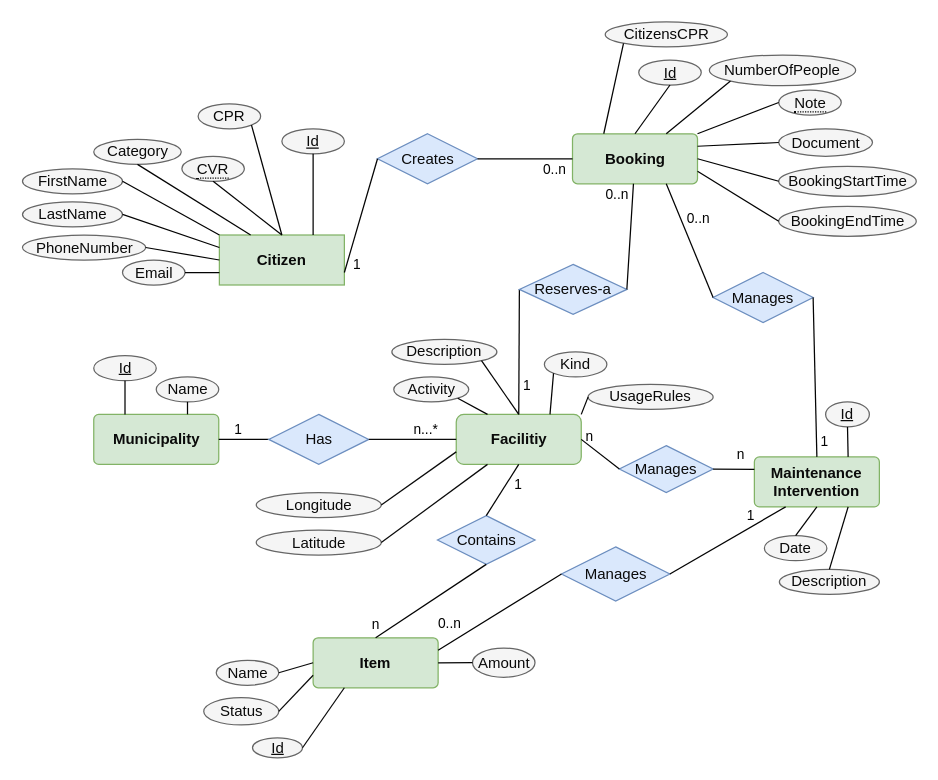
This is Handin2/diagrams/v2/result-v2.drawio from MartinStokholm/DABExercises, a draw.io file, before an edit. Source tidied: cells renumbered, new cells numbered last; positions are measured from the earlier drawing's top-left corner, leaving out a move shared by most shapes. Both pictures are drawn from the tidied source at 125%, with x=0, y=0 at pixel (21, 21).
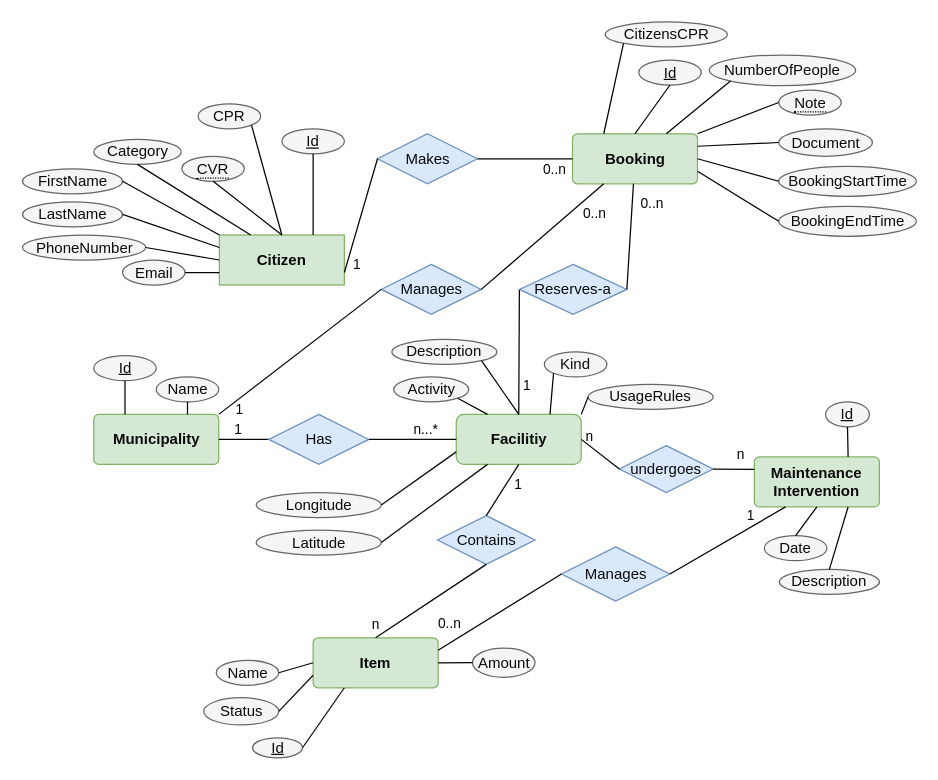
The same page after the edit.

Commit message (it also covers changes not shown here):
updated diagrams and added stuff for handin

The change refers to these unchanged cells:
```xml
<mxCell id="20" value="Booking" style="rounded=1;arcSize=10;whiteSpace=wrap;html=1;align=center;fontStyle=1;fillColor=#d5e8d4;strokeColor=#82b366;fontColor=#0A0A0A;" parent="1" vertex="1">
  <mxGeometry x="440.5" y="89.5" width="100" height="40" as="geometry" />
</mxCell>
<mxCell id="23" value="Maintenance Intervention" style="rounded=1;arcSize=10;whiteSpace=wrap;html=1;align=center;fontStyle=1;fillColor=#d5e8d4;strokeColor=#82b366;fontColor=#0A0A0A;" parent="1" vertex="1">
  <mxGeometry x="586" y="348" width="100" height="40" as="geometry" />
</mxCell>
<mxCell id="59" value="Municipality" style="rounded=1;arcSize=10;whiteSpace=wrap;html=1;align=center;fontStyle=1;fillColor=#d5e8d4;strokeColor=#82b366;fontColor=#0A0A0A;" parent="1" vertex="1">
  <mxGeometry x="57.5" y="314" width="100" height="40" as="geometry" />
</mxCell>
```

What changed in the source:
```diff
@@
-    <mxCell id="17" value="Creates" style="shape=rhombus;perimeter=rhombusPerimeter;whiteSpace=wrap;html=1;align=center;fillColor=#dae8fc;strokeColor=#6c8ebf;fontStyle=0;fontColor=#0A0A0A;" parent="1" vertex="1">
+    <mxCell id="17" value="Makes" style="shape=rhombus;perimeter=rhombusPerimeter;whiteSpace=wrap;html=1;align=center;fillColor=#dae8fc;strokeColor=#6c8ebf;fontStyle=0;fontColor=#0A0A0A;" parent="1" vertex="1">
       <mxGeometry x="284.5" y="89.5" width="80" height="40" as="geometry" />
     </mxCell>
@@
-    <mxCell id="54" value="Manages" style="shape=rhombus;perimeter=rhombusPerimeter;whiteSpace=wrap;html=1;align=center;fillColor=#dae8fc;strokeColor=#6c8ebf;fontColor=#0A0A0A;" parent="1" vertex="1">
+    <mxCell id="54" value="undergoes" style="shape=rhombus;perimeter=rhombusPerimeter;whiteSpace=wrap;html=1;align=center;fillColor=#dae8fc;strokeColor=#6c8ebf;fontColor=#0A0A0A;" parent="1" vertex="1">
       <mxGeometry x="478" y="339" width="75" height="37.5" as="geometry" />
     </mxCell>
@@
     <mxCell id="86" value="Manages" style="shape=rhombus;perimeter=rhombusPerimeter;whiteSpace=wrap;html=1;align=center;fillColor=#dae8fc;strokeColor=#6c8ebf;fontStyle=0;fontColor=#0A0A0A;" parent="1" vertex="1">
-      <mxGeometry x="553" y="200.5" width="80" height="40" as="geometry" />
+      <mxGeometry x="287.5" y="194" width="80" height="40" as="geometry" />
     </mxCell>
@@
-    <mxCell id="91" style="endArrow=none;html=1;rounded=0;entryX=1;entryY=0.5;entryDx=0;entryDy=0;exitX=0.5;exitY=0;exitDx=0;exitDy=0;fontColor=#0A0A0A;strokeColor=#030303;" parent="1" edge="1" source="23" target="86">
+    <mxCell id="91" style="endArrow=none;html=1;rounded=0;entryX=0;entryY=0.5;entryDx=0;entryDy=0;exitX=1;exitY=0;exitDx=0;exitDy=0;fontColor=#0A0A0A;strokeColor=#030303;" parent="1" edge="1" source="59" target="86">
       <mxGeometry relative="1" as="geometry" />
     </mxCell>
@@
-    <mxCell id="93" style="endArrow=none;html=1;rounded=0;entryX=0.75;entryY=1;entryDx=0;entryDy=0;exitX=0;exitY=0.5;exitDx=0;exitDy=0;fontColor=#0A0A0A;strokeColor=#030303;" parent="1" edge="1" source="86" target="20">
+    <mxCell id="93" style="endArrow=none;html=1;rounded=0;entryX=0.25;entryY=1;entryDx=0;entryDy=0;exitX=1;exitY=0.5;exitDx=0;exitDy=0;fontColor=#0A0A0A;strokeColor=#030303;" parent="1" edge="1" source="86" target="20">
       <mxGeometry relative="1" as="geometry" />
     </mxCell>
     <mxCell id="94" value="0..n" style="edgeLabel;html=1;align=center;verticalAlign=middle;fontColor=#030303;labelBackgroundColor=none;" parent="93" vertex="1">
       <mxGeometry x="0.88" y="-6" relative="1" as="geometry">
-        <mxPoint x="17" y="24" as="offset" />
+        <mxPoint x="-6" y="14" as="offset" />
       </mxGeometry>
     </mxCell>
@@
     <mxCell id="97" value="0..n" style="edgeLabel;html=1;align=center;verticalAlign=middle;fontColor=#030303;labelBackgroundColor=none;" parent="1" vertex="1">
-      <mxGeometry x="475" y="137" as="geometry" />
+      <mxGeometry x="503" y="144" as="geometry" />
     </mxCell>
```
